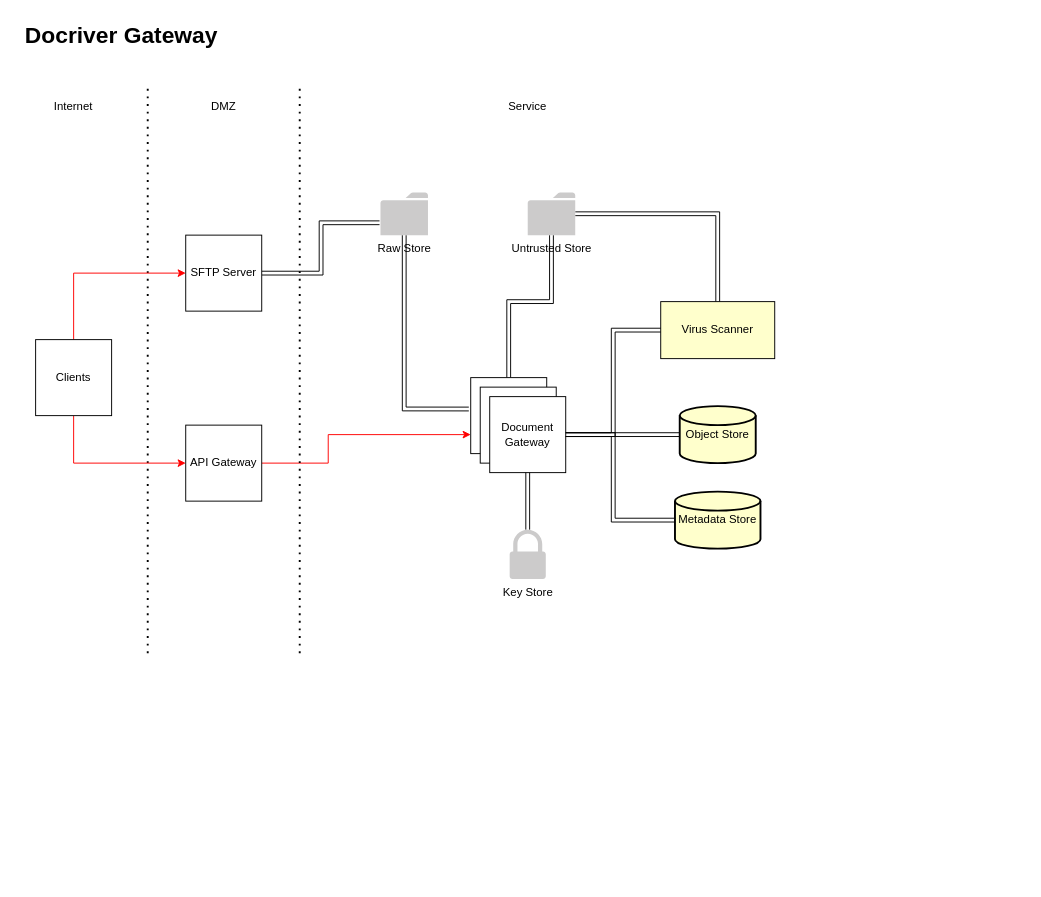
amitchatterjee/docriver keeps this draw.io diagram as doc/docriver-gateway.drawio. Above is the earlier version. Source tidied: cells renumbered, new cells numbered last; positions are measured from the earlier drawing's top-left corner, leaving out a move shared by most shapes. Both pictures are drawn from the tidied source at 95%, with x=0, y=0 at pixel (16, 16).
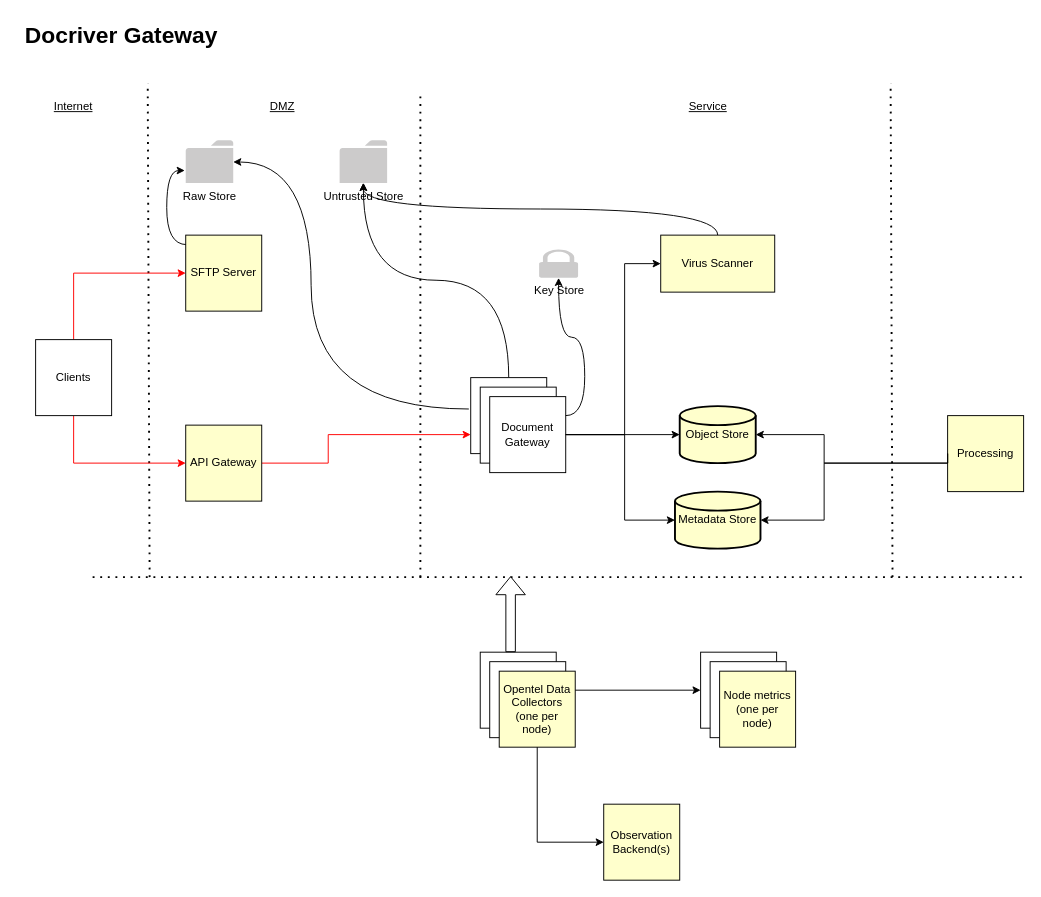
After the change.

Unchanged cells that the change refers to:
```xml
<mxCell id="14" value="Object Store" style="strokeWidth=2;html=1;shape=mxgraph.flowchart.database;whiteSpace=wrap;fillColor=#FFFFCC;" parent="1" vertex="1">
  <mxGeometry x="698" y="410" width="80" height="60" as="geometry" />
</mxCell>
<mxCell id="15" value="Metadata Store" style="strokeWidth=2;html=1;shape=mxgraph.flowchart.database;whiteSpace=wrap;fillColor=#FFFFCC;" parent="1" vertex="1">
  <mxGeometry x="693" y="500" width="90" height="60" as="geometry" />
</mxCell>
<mxCell id="17" style="whiteSpace=wrap;html=1;" parent="16" vertex="1">
  <mxGeometry width="80" height="80" as="geometry" />
</mxCell>
<mxCell id="19" value="Document Gateway" style="whiteSpace=wrap;html=1;" parent="16" vertex="1">
  <mxGeometry x="20" y="20" width="80" height="80" as="geometry" />
</mxCell>
```

Change to the diagram source:
```diff
@@
     <mxCell id="2" style="endArrow=none;dashed=1;html=1;dashPattern=1 3;strokeWidth=2;rounded=0;" parent="1" edge="1">
       <mxGeometry relative="1" as="geometry">
-        <mxPoint x="138" y="670" as="sourcePoint" />
+        <mxPoint x="140" y="590" as="sourcePoint" />
         <mxPoint x="138" y="70" as="targetPoint" />
       </mxGeometry>
     </mxCell>
@@
-    <mxCell id="4" value="API Gateway" style="whiteSpace=wrap;html=1;" parent="1" vertex="1">
+    <mxCell id="4" value="API Gateway" style="whiteSpace=wrap;html=1;fillColor=#FFFFCC;" parent="1" vertex="1">
       <mxGeometry x="178" y="430" width="80" height="80" as="geometry" />
     </mxCell>
-    <mxCell id="5" style="edgeStyle=orthogonalEdgeStyle;rounded=0;jettySize=auto;html=1;exitX=1;exitY=0.5;exitDx=0;exitDy=0;shape=link;entryX=-0.02;entryY=0.711;entryDx=0;entryDy=0;entryPerimeter=0;" parent="1" edge="1" source="6" target="10">
+    <mxCell id="5" style="rounded=0;jettySize=auto;html=1;exitX=0.013;exitY=0.125;exitDx=0;exitDy=0;entryX=-0.02;entryY=0.711;entryDx=0;entryDy=0;entryPerimeter=0;exitPerimeter=0;edgeStyle=orthogonalEdgeStyle;curved=1;" parent="1" edge="1" source="6" target="10">
       <mxGeometry relative="1" as="geometry" />
     </mxCell>
-    <mxCell id="6" value="SFTP Server" style="whiteSpace=wrap;html=1;" parent="1" vertex="1">
+    <mxCell id="6" value="SFTP Server" style="whiteSpace=wrap;html=1;fillColor=#FFFFCC;" parent="1" vertex="1">
       <mxGeometry x="178" y="230" width="80" height="80" as="geometry" />
     </mxCell>
     <mxCell id="7" style="endArrow=none;dashed=1;html=1;dashPattern=1 3;strokeWidth=2;rounded=0;" parent="1" edge="1">
       <mxGeometry relative="1" as="geometry">
-        <mxPoint x="298" y="670" as="sourcePoint" />
-        <mxPoint x="298" y="70" as="targetPoint" />
+        <mxPoint x="425" y="590" as="sourcePoint" />
+        <mxPoint x="425" y="80" as="targetPoint" />
       </mxGeometry>
     </mxCell>
-    <mxCell id="8" style="edgeStyle=orthogonalEdgeStyle;rounded=0;jettySize=auto;html=1;exitX=-0.025;exitY=0.413;exitDx=0;exitDy=0;shape=link;exitPerimeter=0;" parent="1" edge="1" source="17" target="10">
-      <mxGeometry relative="1" as="geometry" />
+    <mxCell id="8" style="edgeStyle=orthogonalEdgeStyle;rounded=0;jettySize=auto;html=1;exitX=-0.025;exitY=0.413;exitDx=0;exitDy=0;exitPerimeter=0;elbow=vertical;curved=1;" parent="1" edge="1" source="17" target="10">
+      <mxGeometry relative="1" as="geometry">
+        <Array as="points">
+          <mxPoint x="310" y="413" />
+          <mxPoint x="310" y="153" />
+        </Array>
+      </mxGeometry>
     </mxCell>
-    <mxCell id="9" style="edgeStyle=orthogonalEdgeStyle;rounded=0;jettySize=auto;html=1;exitX=0.5;exitY=0;exitDx=0;exitDy=0;shape=link;width=4;" parent="1" edge="1" source="17" target="12">
-      <mxGeometry relative="1" as="geometry">
-        <Array as="points">
-          <mxPoint x="518" y="300" />
-          <mxPoint x="563" y="300" />
-        </Array>
-      </mxGeometry>
+    <mxCell id="9" style="edgeStyle=orthogonalEdgeStyle;rounded=0;jettySize=auto;html=1;exitX=0.5;exitY=0;exitDx=0;exitDy=0;curved=1;" parent="1" edge="1" source="17" target="12">
+      <mxGeometry relative="1" as="geometry" />
     </mxCell>
     <mxCell id="10" value="Raw Store" style="sketch=0;shadow=0;dashed=0;html=1;strokeColor=none;labelPosition=center;verticalLabelPosition=bottom;verticalAlign=top;outlineConnect=0;align=center;shape=mxgraph.office.concepts.folder;fillColor=#CCCBCB;" parent="1" vertex="1">
-      <mxGeometry x="383" y="185" width="50" height="45" as="geometry" />
+      <mxGeometry x="178" y="130" width="50" height="45" as="geometry" />
     </mxCell>
-    <mxCell id="11" style="edgeStyle=orthogonalEdgeStyle;rounded=0;jettySize=auto;html=1;entryX=0.5;entryY=0;entryDx=0;entryDy=0;shape=link;" parent="1" edge="1" source="12" target="13">
+    <mxCell id="11" style="edgeStyle=orthogonalEdgeStyle;rounded=0;jettySize=auto;html=1;curved=1;exitX=0.5;exitY=0;exitDx=0;exitDy=0;" parent="1" edge="1" source="13" target="12">
       <mxGeometry relative="1" as="geometry" />
     </mxCell>
     <mxCell id="12" value="Untrusted Store" style="sketch=0;shadow=0;dashed=0;html=1;strokeColor=none;labelPosition=center;verticalLabelPosition=bottom;verticalAlign=top;outlineConnect=0;align=center;shape=mxgraph.office.concepts.folder;fillColor=#CCCBCB;" parent="1" vertex="1">
-      <mxGeometry x="538" y="185" width="50" height="45" as="geometry" />
+      <mxGeometry x="340" y="130" width="50" height="45" as="geometry" />
     </mxCell>
     <mxCell id="13" value="Virus Scanner" style="rounded=0;whiteSpace=wrap;html=1;fillColor=#FFFFCC;" parent="1" vertex="1">
-      <mxGeometry x="678" y="300" width="120" height="60" as="geometry" />
+      <mxGeometry x="678" y="230" width="120" height="60" as="geometry" />
     </mxCell>
@@
-    <mxCell id="20" style="edgeStyle=orthogonalEdgeStyle;rounded=0;jettySize=auto;html=1;exitX=1;exitY=0.5;exitDx=0;exitDy=0;entryX=0;entryY=0.5;entryDx=0;entryDy=0;shape=link;" parent="1" edge="1" source="19" target="13">
-      <mxGeometry relative="1" as="geometry" />
+    <mxCell id="20" style="edgeStyle=orthogonalEdgeStyle;rounded=0;jettySize=auto;html=1;exitX=1;exitY=0.5;exitDx=0;exitDy=0;entryX=0;entryY=0.5;entryDx=0;entryDy=0;" parent="1" edge="1" source="19" target="13">
+      <mxGeometry relative="1" as="geometry">
+        <Array as="points">
+          <mxPoint x="640" y="440" />
+          <mxPoint x="640" y="260" />
+        </Array>
+      </mxGeometry>
     </mxCell>
-    <mxCell id="21" style="edgeStyle=orthogonalEdgeStyle;rounded=0;jettySize=auto;html=1;exitX=1;exitY=0.5;exitDx=0;exitDy=0;entryX=0;entryY=0.5;entryDx=0;entryDy=0;entryPerimeter=0;shape=link;" parent="1" edge="1" source="19" target="14">
+    <mxCell id="21" style="edgeStyle=orthogonalEdgeStyle;rounded=0;jettySize=auto;html=1;exitX=1;exitY=0.5;exitDx=0;exitDy=0;entryX=0;entryY=0.5;entryDx=0;entryDy=0;entryPerimeter=0;" parent="1" edge="1" source="19" target="14">
       <mxGeometry relative="1" as="geometry" />
     </mxCell>
-    <mxCell id="22" style="edgeStyle=orthogonalEdgeStyle;rounded=0;jettySize=auto;html=1;exitX=1;exitY=0.5;exitDx=0;exitDy=0;entryX=0;entryY=0.5;entryDx=0;entryDy=0;entryPerimeter=0;shape=link;" parent="1" edge="1" source="19" target="15">
+    <mxCell id="22" style="edgeStyle=orthogonalEdgeStyle;rounded=0;jettySize=auto;html=1;exitX=1;exitY=0.5;exitDx=0;exitDy=0;entryX=0;entryY=0.5;entryDx=0;entryDy=0;entryPerimeter=0;" parent="1" edge="1" source="19" target="15">
       <mxGeometry relative="1" as="geometry">
         <Array as="points">
-          <mxPoint x="628" y="440" />
-          <mxPoint x="628" y="530" />
+          <mxPoint x="640" y="440" />
+          <mxPoint x="640" y="530" />
         </Array>
       </mxGeometry>
     </mxCell>
     <mxCell id="23" value="Key Store" style="sketch=0;shadow=0;dashed=0;html=1;strokeColor=none;labelPosition=center;verticalLabelPosition=bottom;verticalAlign=top;outlineConnect=0;align=center;shape=mxgraph.office.security.lock_protected;fillColor=#CCCBCB;" parent="1" vertex="1">
-      <mxGeometry x="519" y="540" width="38" height="52" as="geometry" />
+      <mxGeometry x="550" y="245" width="41" height="30" as="geometry" />
     </mxCell>
-    <mxCell id="24" style="edgeStyle=orthogonalEdgeStyle;rounded=0;jettySize=auto;html=1;exitX=0.5;exitY=1;exitDx=0;exitDy=0;shape=link;" parent="1" edge="1" source="19" target="23">
+    <mxCell id="24" style="edgeStyle=orthogonalEdgeStyle;rounded=0;jettySize=auto;html=1;exitX=1;exitY=0.25;exitDx=0;exitDy=0;curved=1;" parent="1" edge="1" source="19" target="23">
       <mxGeometry relative="1" as="geometry" />
     </mxCell>
-    <mxCell id="25" value="DMZ" style="text;html=1;align=center;verticalAlign=middle;whiteSpace=wrap;rounded=0;" parent="1" vertex="1">
-      <mxGeometry x="188" y="80" width="60" height="30" as="geometry" />
+    <mxCell id="25" value="&lt;u&gt;DMZ&lt;/u&gt;" style="text;html=1;align=center;verticalAlign=middle;whiteSpace=wrap;rounded=0;" parent="1" vertex="1">
+      <mxGeometry x="250" y="80" width="60" height="30" as="geometry" />
     </mxCell>
-    <mxCell id="26" value="Service" style="text;html=1;align=center;verticalAlign=middle;whiteSpace=wrap;rounded=0;" parent="1" vertex="1">
-      <mxGeometry x="508" y="80" width="60" height="30" as="geometry" />
+    <mxCell id="26" value="&lt;u&gt;Service&lt;/u&gt;" style="text;html=1;align=center;verticalAlign=middle;whiteSpace=wrap;rounded=0;" parent="1" vertex="1">
+      <mxGeometry x="698" y="80" width="60" height="30" as="geometry" />
     </mxCell>
-    <mxCell id="27" value="Internet" style="text;html=1;align=center;verticalAlign=middle;whiteSpace=wrap;rounded=0;" parent="1" vertex="1">
+    <mxCell id="27" value="&lt;u&gt;Internet&lt;/u&gt;" style="text;html=1;align=center;verticalAlign=middle;whiteSpace=wrap;rounded=0;" parent="1" vertex="1">
       <mxGeometry x="30" y="80" width="60" height="30" as="geometry" />
     </mxCell>
@@
+    <mxCell id="32" value="Processing" style="whiteSpace=wrap;html=1;fillColor=#FFFFCC;" parent="1" vertex="1">
+      <mxGeometry x="980" y="420" width="80" height="80" as="geometry" />
+    </mxCell>
+    <mxCell id="33" style="edgeStyle=orthogonalEdgeStyle;rounded=0;jettySize=auto;html=1;exitX=0;exitY=0.5;exitDx=0;exitDy=0;entryX=1;entryY=0.5;entryDx=0;entryDy=0;entryPerimeter=0;" parent="1" edge="1" source="32" target="14">
+      <mxGeometry relative="1" as="geometry">
+        <Array as="points">
+          <mxPoint x="850" y="470" />
+          <mxPoint x="850" y="440" />
+        </Array>
+      </mxGeometry>
+    </mxCell>
+    <mxCell id="34" style="edgeStyle=orthogonalEdgeStyle;rounded=0;jettySize=auto;html=1;exitX=0;exitY=0.5;exitDx=0;exitDy=0;entryX=1;entryY=0.5;entryDx=0;entryDy=0;entryPerimeter=0;" parent="1" edge="1" source="32" target="15">
+      <mxGeometry relative="1" as="geometry">
+        <Array as="points">
+          <mxPoint x="850" y="470" />
+          <mxPoint x="850" y="530" />
+        </Array>
+      </mxGeometry>
+    </mxCell>
+    <mxCell id="35" value="Observation Backend(s)" style="whiteSpace=wrap;html=1;fillColor=#FFFFCC;" parent="1" vertex="1">
+      <mxGeometry x="618" y="829" width="80" height="80" as="geometry" />
+    </mxCell>
+    <mxCell id="36" style="group;" parent="1" vertex="1">
+      <mxGeometry x="488" y="669" width="100" height="100" as="geometry" />
+    </mxCell>
+    <mxCell id="37" style="whiteSpace=wrap;html=1;" parent="36" vertex="1">
+      <mxGeometry width="80" height="80" as="geometry" />
+    </mxCell>
+    <mxCell id="38" style="whiteSpace=wrap;html=1;" parent="36" vertex="1">
+      <mxGeometry x="10" y="10" width="80" height="80" as="geometry" />
+    </mxCell>
+    <mxCell id="39" value="Opentel Data Collectors (one per node)" style="whiteSpace=wrap;html=1;fillColor=#FFFFCC;" parent="36" vertex="1">
+      <mxGeometry x="20" y="20" width="80" height="80" as="geometry" />
+    </mxCell>
+    <mxCell id="40" style="group;" parent="1" vertex="1">
+      <mxGeometry x="720" y="669" width="100" height="100" as="geometry" />
+    </mxCell>
+    <mxCell id="41" style="whiteSpace=wrap;html=1;" parent="40" vertex="1">
+      <mxGeometry width="80" height="80" as="geometry" />
+    </mxCell>
+    <mxCell id="42" style="whiteSpace=wrap;html=1;" parent="40" vertex="1">
+      <mxGeometry x="10" y="10" width="80" height="80" as="geometry" />
+    </mxCell>
+    <mxCell id="43" value="Node metrics (one per node)" style="whiteSpace=wrap;html=1;fillColor=#FFFFCC;" parent="40" vertex="1">
+      <mxGeometry x="20" y="20" width="80" height="80" as="geometry" />
+    </mxCell>
+    <mxCell id="44" style="edgeStyle=orthogonalEdgeStyle;rounded=0;jettySize=auto;html=1;exitX=1;exitY=0.25;exitDx=0;exitDy=0;entryX=0;entryY=0.5;entryDx=0;entryDy=0;" parent="1" edge="1" source="39" target="41">
+      <mxGeometry relative="1" as="geometry" />
+    </mxCell>
+    <mxCell id="45" style="edgeStyle=orthogonalEdgeStyle;rounded=0;jettySize=auto;html=1;exitX=0.5;exitY=1;exitDx=0;exitDy=0;entryX=0;entryY=0.5;entryDx=0;entryDy=0;" parent="1" edge="1" source="39" target="35">
+      <mxGeometry relative="1" as="geometry" />
+    </mxCell>
+    <mxCell id="46" style="shape=flexArrow;endArrow=classic;html=1;rounded=0;" parent="1" edge="1">
+      <mxGeometry relative="1" as="geometry">
+        <mxPoint x="520" y="669" as="sourcePoint" />
+        <mxPoint x="520" y="589" as="targetPoint" />
+      </mxGeometry>
+    </mxCell>
+    <mxCell id="47" style="endArrow=none;dashed=1;html=1;dashPattern=1 3;strokeWidth=2;rounded=0;" parent="1" edge="1">
+      <mxGeometry relative="1" as="geometry">
+        <mxPoint x="80" y="590" as="sourcePoint" />
+        <mxPoint x="1060" y="590" as="targetPoint" />
+      </mxGeometry>
+    </mxCell>
+    <mxCell id="48" style="endArrow=none;dashed=1;html=1;dashPattern=1 3;strokeWidth=2;rounded=0;" parent="1" edge="1">
+      <mxGeometry relative="1" as="geometry">
+        <mxPoint x="922" y="590" as="sourcePoint" />
+        <mxPoint x="920" y="70" as="targetPoint" />
+      </mxGeometry>
+    </mxCell>
```
